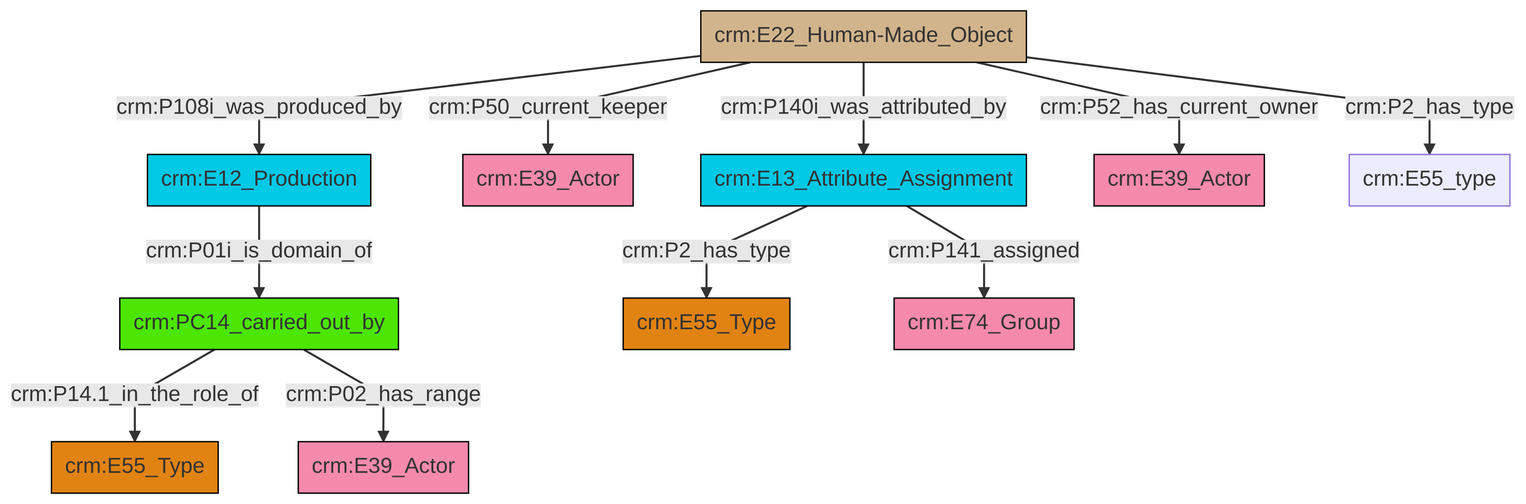
Before: et/artworkCSV/ttl/mmd/png/Artwork_Actor_Relations.png, a diagram exported from Mermaid (swiss-art-research-net/reference-data-models). Its source is kept beside it as et/artworkCSV/ttl/mmd/Artwork_Actor_Relations.ttl.mmd.
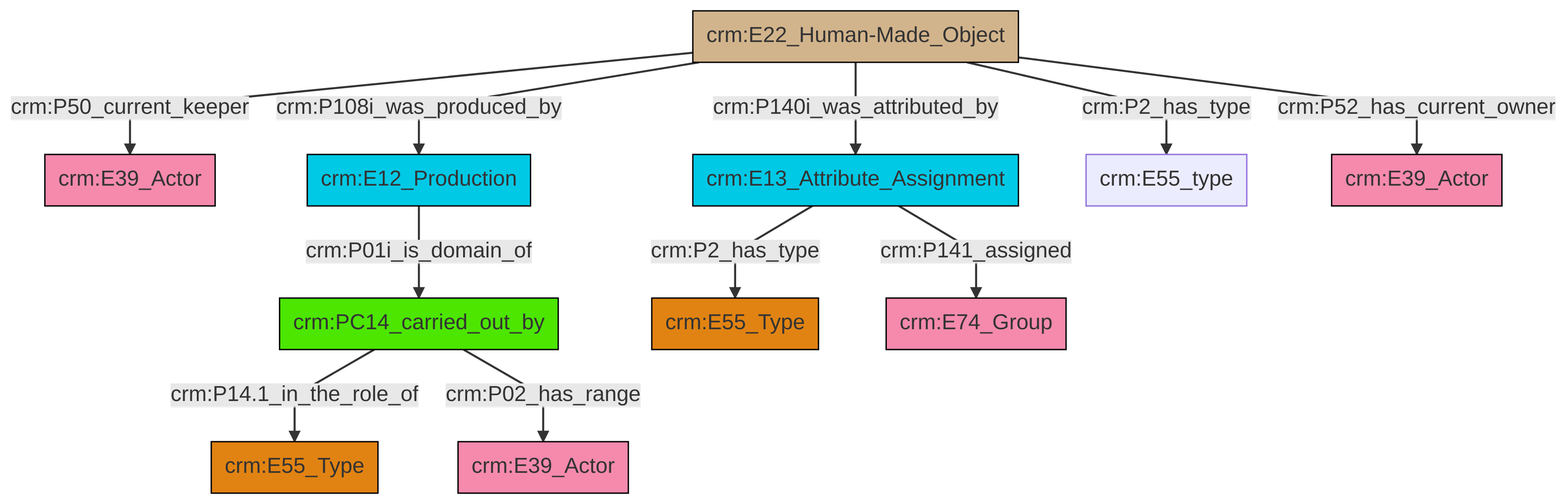
The same file after the commit.

What changed in the source:
```diff
@@ -13,13 +13,13 @@
 classDef PC_Classes fill:#4ce600, stroke:#000000;
 classDef Multi fill:#cccccc,stroke:#000000;
 
-6["crm:E22_Human-Made_Object"]:::Physical_Thing -->|crm:P50_current_keeper| 7["crm:E39_Actor"]:::Actor
-6["crm:E22_Human-Made_Object"]:::Physical_Thing -->|crm:P108i_was_produced_by| 8["crm:E12_Production"]:::Temporal_Entity
-8["crm:E12_Production"]:::Temporal_Entity -->|crm:P01i_is_domain_of| 2["crm:PC14_carried_out_by"]:::PC_Classes
-6["crm:E22_Human-Made_Object"]:::Physical_Thing -->|crm:P52_has_current_owner| 9["crm:E39_Actor"]:::Actor
-2["crm:PC14_carried_out_by"]:::PC_Classes -->|crm:P14.1_in_the_role_of| 13["crm:E55_Type"]:::Type
-6["crm:E22_Human-Made_Object"]:::Physical_Thing -->|crm:P140i_was_attributed_by| 0["crm:E13_Attribute_Assignment"]:::Temporal_Entity
-0["crm:E13_Attribute_Assignment"]:::Temporal_Entity -->|crm:P2_has_type| 4["crm:E55_Type"]:::Type
-2["crm:PC14_carried_out_by"]:::PC_Classes -->|crm:P02_has_range| 17["crm:E39_Actor"]:::Actor
-6["crm:E22_Human-Made_Object"]:::Physical_Thing -->|crm:P2_has_type| 20["crm:E55_type"]:::Default
-0["crm:E13_Attribute_Assignment"]:::Temporal_Entity -->|crm:P141_assigned| 18["crm:E74_Group"]:::Actor
+0["crm:PC14_carried_out_by"]:::PC_Classes -->|crm:P14.1_in_the_role_of| 1["crm:E55_Type"]:::Type
+0["crm:PC14_carried_out_by"]:::PC_Classes -->|crm:P02_has_range| 3["crm:E39_Actor"]:::Actor
+6["crm:E22_Human-Made_Object"]:::Physical_Thing -->|crm:P108i_was_produced_by| 7["crm:E12_Production"]:::Temporal_Entity
+10["crm:E13_Attribute_Assignment"]:::Temporal_Entity -->|crm:P141_assigned| 11["crm:E74_Group"]:::Actor
+7["crm:E12_Production"]:::Temporal_Entity -->|crm:P01i_is_domain_of| 0["crm:PC14_carried_out_by"]:::PC_Classes
+6["crm:E22_Human-Made_Object"]:::Physical_Thing -->|crm:P2_has_type| 17["crm:E55_type"]:::Default
+10["crm:E13_Attribute_Assignment"]:::Temporal_Entity -->|crm:P2_has_type| 8["crm:E55_Type"]:::Type
+6["crm:E22_Human-Made_Object"]:::Physical_Thing -->|crm:P50_current_keeper| 4["crm:E39_Actor"]:::Actor
+6["crm:E22_Human-Made_Object"]:::Physical_Thing -->|crm:P140i_was_attributed_by| 10["crm:E13_Attribute_Assignment"]:::Temporal_Entity
+6["crm:E22_Human-Made_Object"]:::Physical_Thing -->|crm:P52_has_current_owner| 19["crm:E39_Actor"]:::Actor
```
